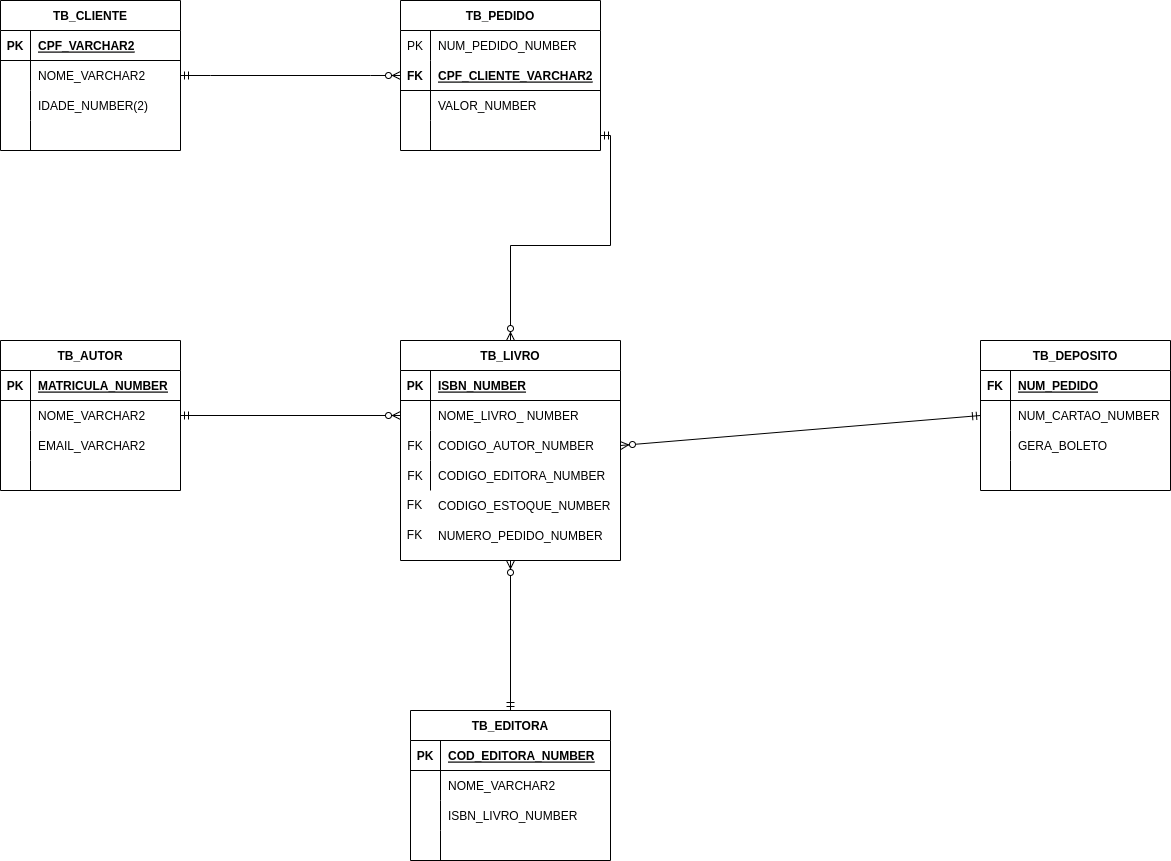
Earlier version of the draw.io export Banco_de_Dados/Diagrama sem nome.drawio.png (EdinilsonSousa/cods_aleatorios). Source tidied: cells renumbered, new cells last; positions are measured from the earlier drawing's top-left corner, leaving out a move shared by most shapes.
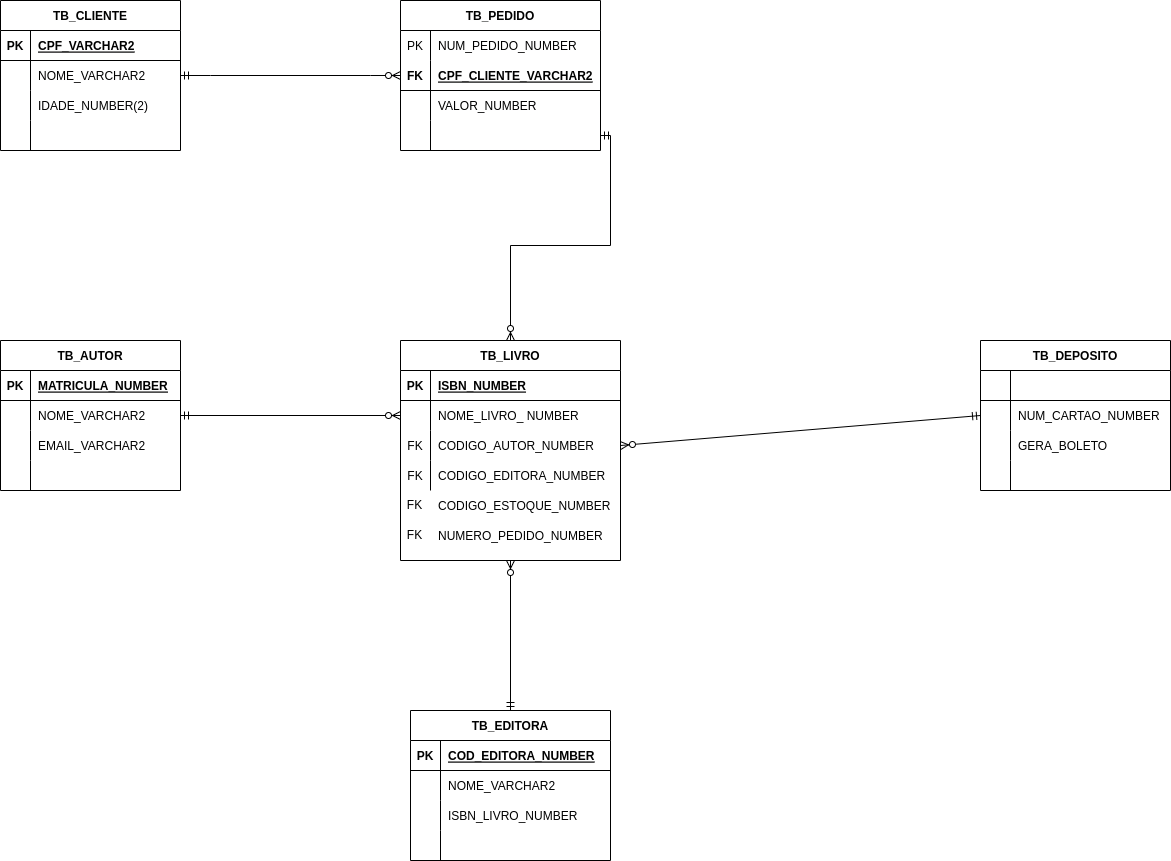
After the change.

The edit, as a diff of the source:
```diff
@@ -164,10 +164,10 @@
     <mxCell id="55" style="shape=tableRow;horizontal=0;startSize=0;swimlaneHead=0;swimlaneBody=0;fillColor=none;top=0;left=0;right=0;bottom=1;" parent="54" vertex="1">
       <mxGeometry y="30" width="190" height="30" as="geometry" />
     </mxCell>
-    <mxCell id="56" value="FK" style="shape=partialRectangle;fillColor=none;top=0;left=0;bottom=0;right=0;fontStyle=1;overflow=hidden;" parent="55" vertex="1">
+    <mxCell id="56" style="shape=partialRectangle;fillColor=none;top=0;left=0;bottom=0;right=0;fontStyle=1;overflow=hidden;" parent="55" vertex="1">
       <mxGeometry width="30" height="30" as="geometry" />
     </mxCell>
-    <mxCell id="57" value="NUM_PEDIDO" style="shape=partialRectangle;fillColor=none;top=0;left=0;bottom=0;right=0;align=left;spacingLeft=6;fontStyle=5;overflow=hidden;" parent="55" vertex="1">
+    <mxCell id="57" style="shape=partialRectangle;fillColor=none;top=0;left=0;bottom=0;right=0;align=left;spacingLeft=6;fontStyle=5;overflow=hidden;" parent="55" vertex="1">
       <mxGeometry x="30" width="160" height="30" as="geometry" />
     </mxCell>
     <mxCell id="58" style="shape=tableRow;horizontal=0;startSize=0;swimlaneHead=0;swimlaneBody=0;fillColor=none;points=[[0,0.5],[1,0.5]];portConstraint=eastwest;top=0;left=0;right=0;bottom=0;" parent="54" vertex="1">
```
